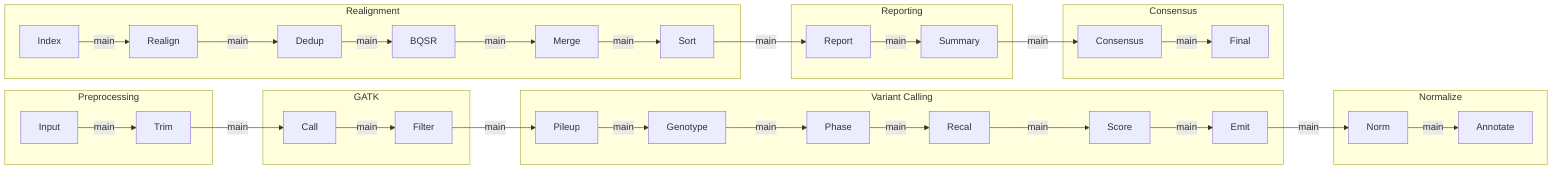
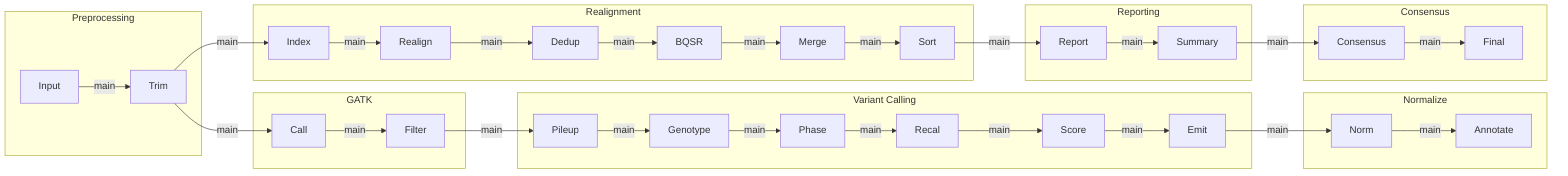
%%metro title: Multi-section cell packing
%%metro line: main | Main | #4477aa | solid

%%metro grid: pre | 0,0
%%metro grid: short_a, long_a | 1,0
%%metro grid: norm | 2,0
%%metro grid: long_b, short_b | 1,1
%%metro grid: cons | 2,1

graph LR
    subgraph pre [Preprocessing]
        p1[Input] -->|main| p2[Trim]
    end
    subgraph short_a [GATK]
        a1[Call] -->|main| a2[Filter]
    end
    subgraph long_a [Variant Calling]
        b1[Pileup] -->|main| b2[Genotype]
        b2 -->|main| b3[Phase]
        b3 -->|main| b4[Recal]
        b4 -->|main| b5[Score]
        b5 -->|main| b6[Emit]
    end
    subgraph norm [Normalize]
        n1[Norm] -->|main| n2[Annotate]
    end
    subgraph long_b [Realignment]
        c1[Index] -->|main| c2[Realign]
        c2 -->|main| c3[Dedup]
        c3 -->|main| c4[BQSR]
        c4 -->|main| c5[Merge]
        c5 -->|main| c6[Sort]
    end
    subgraph short_b [Reporting]
        d1[Report] -->|main| d2[Summary]
    end
    subgraph cons [Consensus]
        e1[Consensus] -->|main| e2[Final]
    end
    p2 -->|main| a1
    a2 -->|main| b1
    b6 -->|main| n1
+     p2 -->|main| c1
    c6 -->|main| d1
    d2 -->|main| e1
